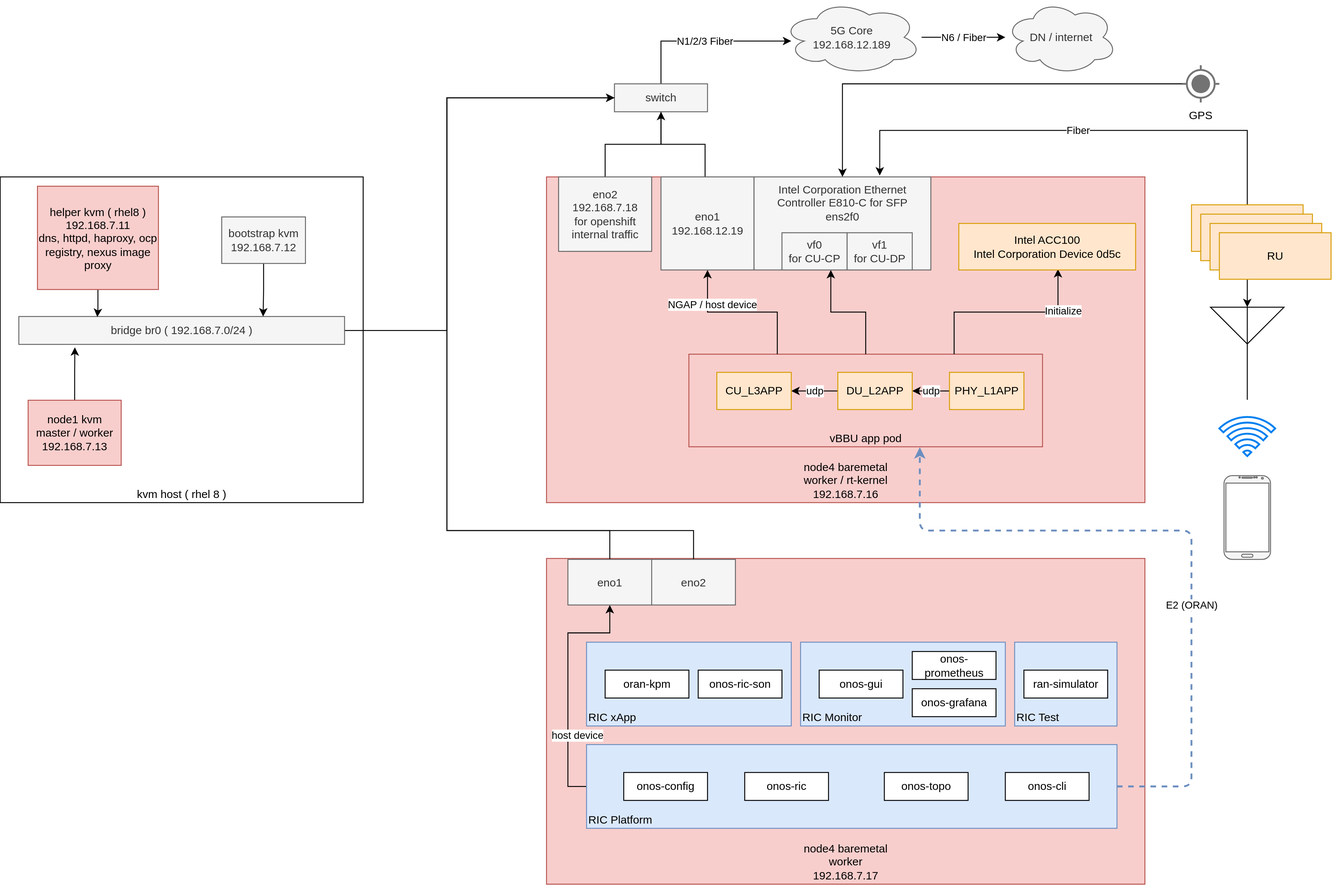
Earlier version of the draw.io export redhat/ocp4/4.10/dia/4.9.real-time.kernel.drawio.svg (wangzheng422/docker_env). Source tidied: cells renumbered, new cells last; positions are measured from the earlier drawing's top-left corner, leaving out a move shared by most shapes.
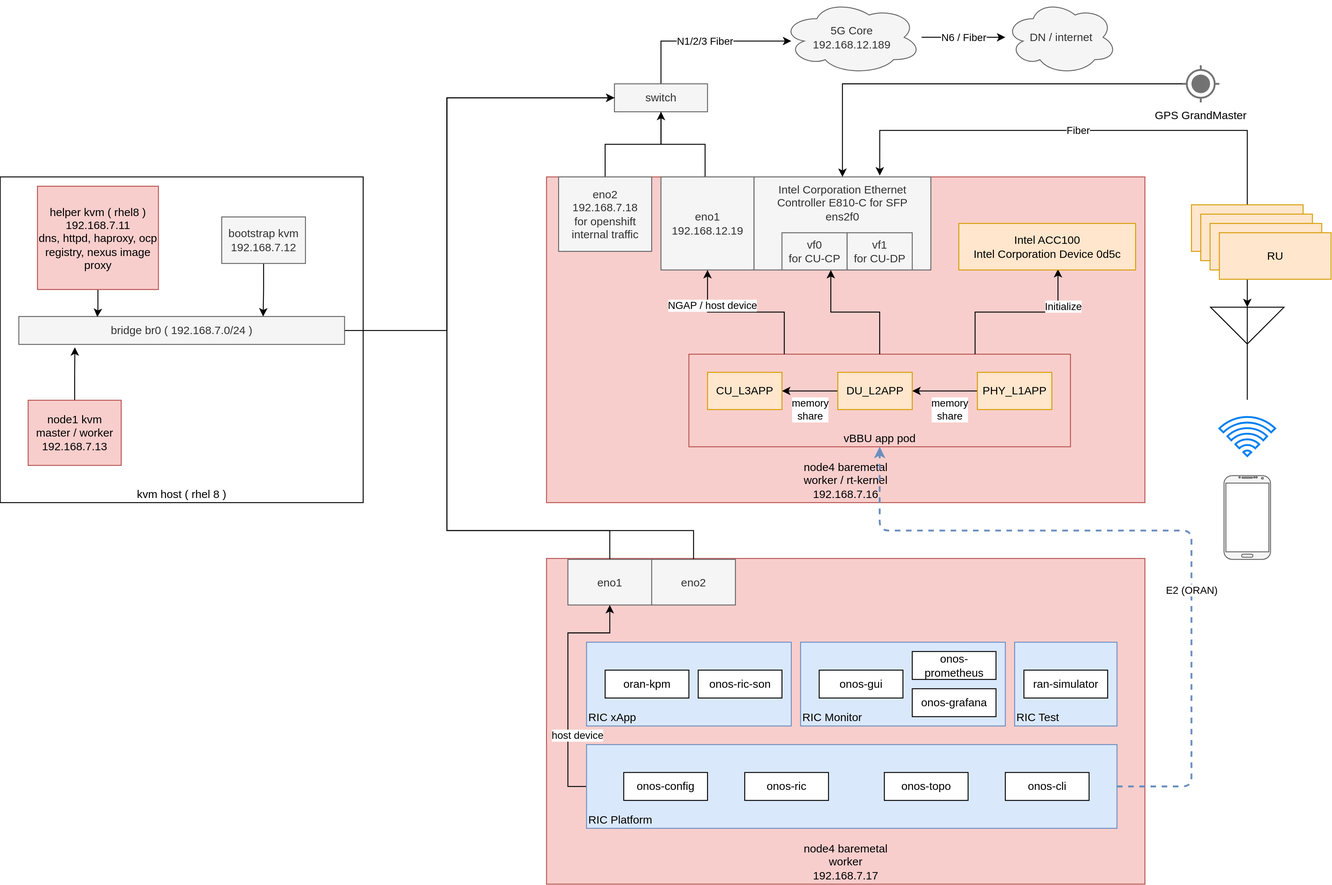
Above is the later version.

Change to the diagram source:
```diff
@@ -9,7 +9,7 @@
       <mxGeometry x="587" y="190" width="643" height="350" as="geometry" />
     </mxCell>
     <mxCell id="4" value="vBBU app pod" style="rounded=0;whiteSpace=wrap;html=1;verticalAlign=bottom;fillColor=#f8cecc;strokeColor=#b85450;" parent="1" vertex="1">
-      <mxGeometry x="740" y="380.5" width="380" height="99.5" as="geometry" />
+      <mxGeometry x="740" y="380.5" width="410" height="99.5" as="geometry" />
     </mxCell>
     <mxCell id="5" value="N6 / Fiber" style="edgeStyle=orthogonalEdgeStyle;rounded=0;jettySize=auto;html=1;" parent="1" edge="1" source="6" target="31">
       <mxGeometry relative="1" as="geometry" />
@@ -39,7 +39,7 @@
     <mxCell id="11" style="edgeStyle=orthogonalEdgeStyle;rounded=0;jettySize=auto;html=1;entryX=0.5;entryY=0;entryDx=0;entryDy=0;" parent="1" edge="1" source="12" target="33">
       <mxGeometry relative="1" as="geometry" />
     </mxCell>
-    <mxCell id="12" value="GPS" style="dashed=0;verticalLabelPosition=bottom;verticalAlign=top;align=center;shape=mxgraph.gmdl.gps;strokeColor=#737373;fillColor=#737373;shadow=0;strokeWidth=2;" parent="1" vertex="1">
+    <mxCell id="12" value="GPS GrandMaster" style="dashed=0;verticalLabelPosition=bottom;verticalAlign=top;align=center;shape=mxgraph.gmdl.gps;strokeColor=#737373;fillColor=#737373;shadow=0;strokeWidth=2;" parent="1" vertex="1">
       <mxGeometry x="1270" y="70" width="40" height="40" as="geometry" />
     </mxCell>
     <mxCell id="13" value="node4 baremetal&lt;br&gt;worker&lt;br&gt;192.168.7.17" style="rounded=0;whiteSpace=wrap;html=1;verticalAlign=bottom;fillColor=#f8cecc;strokeColor=#b85450;" parent="1" vertex="1">
@@ -64,12 +64,12 @@
         </Array>
       </mxGeometry>
     </mxCell>
-    <mxCell id="19" value="E2 (ORAN)" style="edgeStyle=orthogonalEdgeStyle;rounded=1;jettySize=auto;html=1;entryX=0.653;entryY=1.005;entryDx=0;entryDy=0;entryPerimeter=0;dashed=1;strokeWidth=2;fillColor=#dae8fc;strokeColor=#6c8ebf;" parent="17" edge="1" source="20" target="4">
+    <mxCell id="19" value="E2 (ORAN)" style="edgeStyle=orthogonalEdgeStyle;rounded=1;jettySize=auto;html=1;dashed=1;strokeWidth=2;fillColor=#dae8fc;strokeColor=#6c8ebf;entryX=0.5;entryY=1;entryDx=0;entryDy=0;" parent="17" edge="1" source="20" target="4">
       <mxGeometry x="-0.25" relative="1" as="geometry">
         <Array as="points">
           <mxPoint x="1280" y="845" />
           <mxPoint x="1280" y="570" />
-          <mxPoint x="988" y="570" />
+          <mxPoint x="945" y="570" />
         </Array>
       </mxGeometry>
     </mxCell>
@@ -126,8 +126,8 @@
     <mxCell id="35" value="NGAP / host device" style="edgeStyle=orthogonalEdgeStyle;rounded=0;jettySize=auto;html=1;entryX=0.5;entryY=1;entryDx=0;entryDy=0;exitX=0.25;exitY=0;exitDx=0;exitDy=0;" parent="17" edge="1" source="4" target="32">
       <mxGeometry x="0.56" y="-5" relative="1" as="geometry" />
     </mxCell>
-    <mxCell id="36" value="udp" style="edgeStyle=orthogonalEdgeStyle;rounded=0;jettySize=auto;html=1;entryX=1;entryY=0.5;entryDx=0;entryDy=0;exitX=0;exitY=0.5;exitDx=0;exitDy=0;" parent="17" edge="1" source="37" target="39">
-      <mxGeometry relative="1" as="geometry">
+    <mxCell id="36" value="memory&amp;nbsp;&lt;br&gt;share" style="edgeStyle=orthogonalEdgeStyle;rounded=0;jettySize=auto;html=1;entryX=1;entryY=0.5;entryDx=0;entryDy=0;exitX=0;exitY=0.5;exitDx=0;exitDy=0;" parent="17" edge="1" source="37" target="39">
+      <mxGeometry x="-0.14" y="20" relative="1" as="geometry">
         <Array as="points">
           <mxPoint x="990" y="420" />
           <mxPoint x="990" y="420" />
@@ -135,10 +135,10 @@
       </mxGeometry>
     </mxCell>
     <mxCell id="37" value="PHY_L1APP" style="rounded=0;whiteSpace=wrap;html=1;verticalAlign=middle;fillColor=#ffe6cc;strokeColor=#d79b00;" parent="17" vertex="1">
-      <mxGeometry x="1020" y="400" width="80" height="40" as="geometry" />
+      <mxGeometry x="1050" y="400" width="80" height="40" as="geometry" />
     </mxCell>
-    <mxCell id="38" value="udp" style="edgeStyle=orthogonalEdgeStyle;rounded=0;jettySize=auto;html=1;entryX=1;entryY=0.5;entryDx=0;entryDy=0;exitX=0;exitY=0.5;exitDx=0;exitDy=0;" parent="17" edge="1" source="39" target="46">
-      <mxGeometry relative="1" as="geometry">
+    <mxCell id="38" value="memory &lt;br&gt;share" style="edgeStyle=orthogonalEdgeStyle;rounded=0;jettySize=auto;html=1;entryX=1;entryY=0.5;entryDx=0;entryDy=0;exitX=0;exitY=0.5;exitDx=0;exitDy=0;" parent="17" edge="1" source="39" target="46">
+      <mxGeometry y="20" relative="1" as="geometry">
         <Array as="points">
           <mxPoint x="870" y="420" />
           <mxPoint x="870" y="420" />
@@ -174,7 +174,7 @@
       <mxGeometry x="1310" y="448" width="60" height="42" as="geometry" />
     </mxCell>
     <mxCell id="46" value="CU_L3APP" style="rounded=0;whiteSpace=wrap;html=1;verticalAlign=middle;fillColor=#ffe6cc;strokeColor=#d79b00;" parent="17" vertex="1">
-      <mxGeometry x="770" y="400" width="80" height="40" as="geometry" />
+      <mxGeometry x="760" y="400" width="80" height="40" as="geometry" />
     </mxCell>
     <mxCell id="47" value="RU" style="rounded=0;whiteSpace=wrap;html=1;fillColor=#ffe6cc;strokeColor=#d79b00;" parent="17" vertex="1">
       <mxGeometry x="1290" y="230" width="120" height="50" as="geometry" />
```
